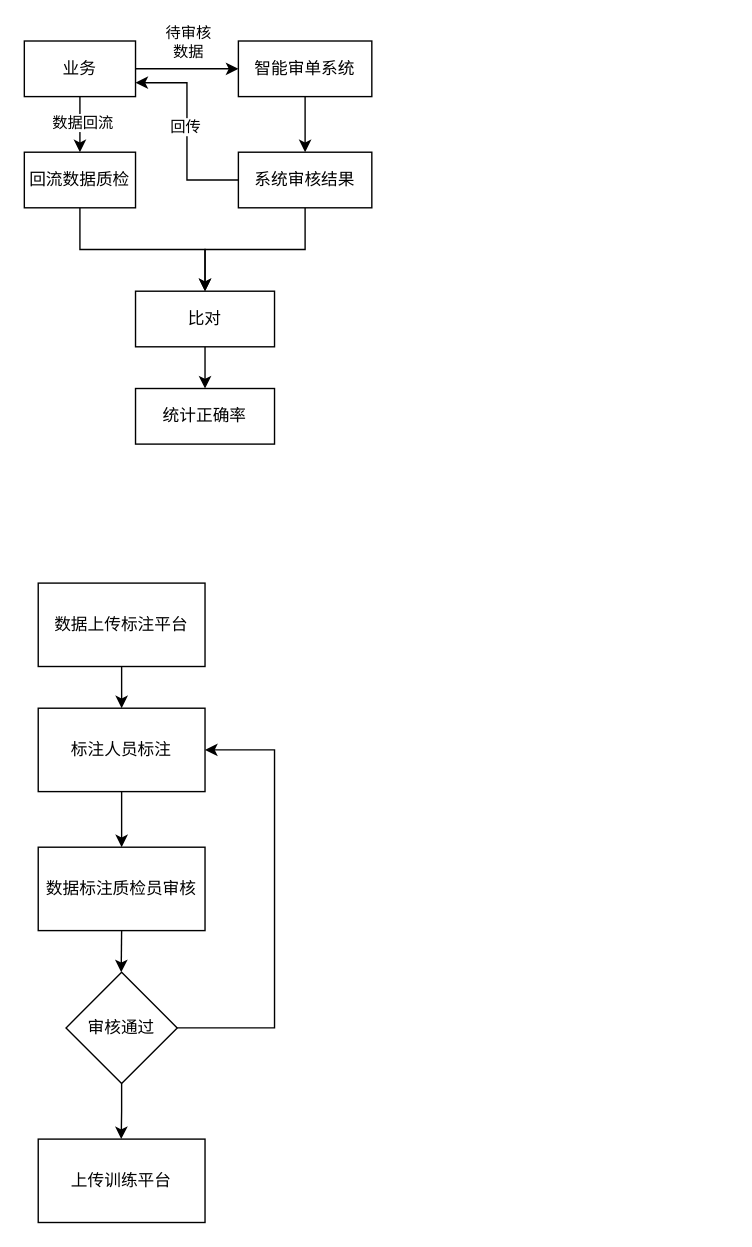
This is 兴业银行标书.drawio from archwolf118/AI, a draw.io file, before an edit. Source tidied: cells renumbered, new cells numbered last; positions are measured from the earlier drawing's top-left corner, leaving out a move shared by most shapes. Both pictures are drawn from the tidied source at 139%, with x=0, y=0 at pixel (24, 40).
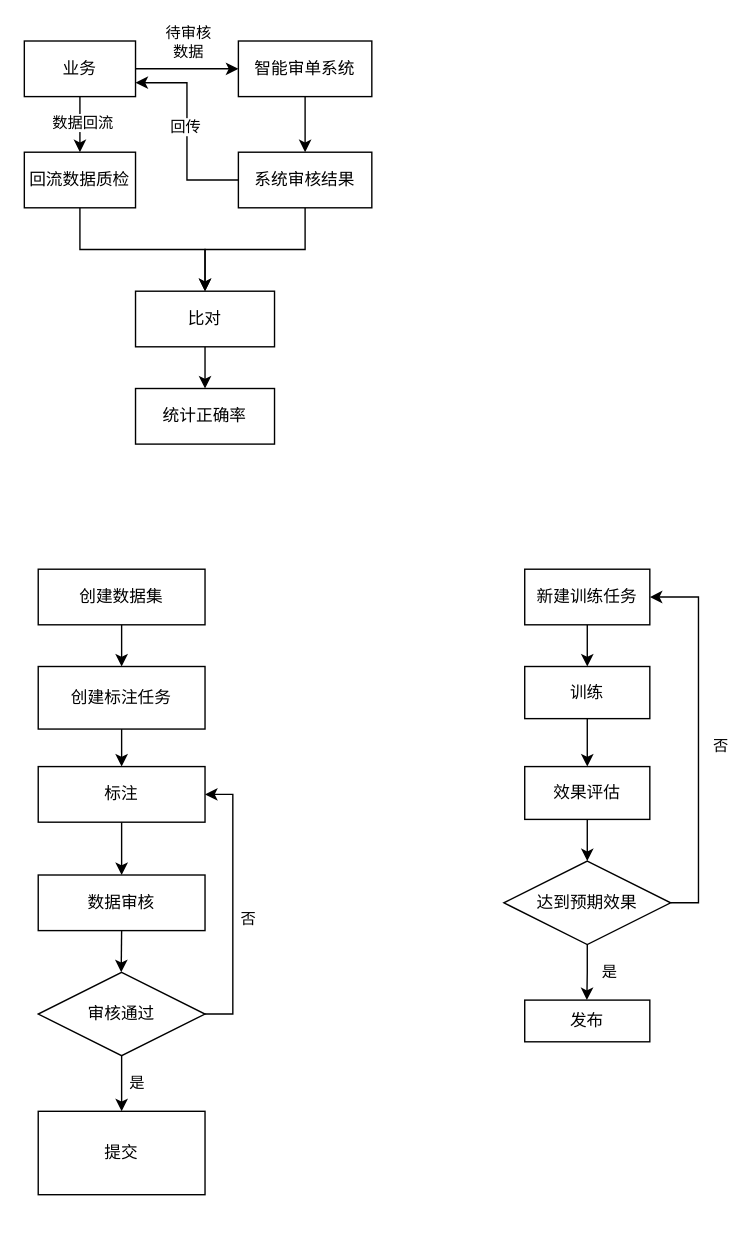
Above is the later version.

Commit message:
更新兴业银行标书.drawio

The edit, as a diff of the source:
```diff
@@
-    <mxCell id="18" style="edgeStyle=orthogonalEdgeStyle;rounded=0;jettySize=auto;html=1;exitX=0.5;exitY=1;exitDx=0;exitDy=0;entryX=0.5;entryY=0;entryDx=0;entryDy=0;" parent="1" edge="1" source="19" target="21">
-      <mxGeometry relative="1" as="geometry" />
-    </mxCell>
+    <mxCell id="28" style="edgeStyle=orthogonalEdgeStyle;rounded=0;jettySize=auto;html=1;exitX=0.5;exitY=1;exitDx=0;exitDy=0;entryX=0.5;entryY=0;entryDx=0;entryDy=0;" parent="1" edge="1" source="19" target="33">
+      <mxGeometry relative="1" as="geometry" />
+    </mxCell>
-    <mxCell id="19" value="数据上传标注平台" style="rounded=0;whiteSpace=wrap;html=1;" parent="1" vertex="1">
-      <mxGeometry x="10" y="390" width="120" height="60" as="geometry" />
+    <mxCell id="19" value="创建数据集" style="rounded=0;whiteSpace=wrap;html=1;" parent="1" vertex="1">
+      <mxGeometry x="10" y="380" width="120" height="40" as="geometry" />
     </mxCell>
@@
-    <mxCell id="21" value="标注人员标注" style="rounded=0;whiteSpace=wrap;html=1;" parent="1" vertex="1">
-      <mxGeometry x="10" y="480" width="120" height="60" as="geometry" />
+    <mxCell id="21" value="标注" style="rounded=0;whiteSpace=wrap;html=1;" parent="1" vertex="1">
+      <mxGeometry x="10" y="522" width="120" height="40" as="geometry" />
     </mxCell>
@@
-    <mxCell id="23" value="数据标注质检员审核" style="rounded=0;whiteSpace=wrap;html=1;" parent="1" vertex="1">
-      <mxGeometry x="10" y="580" width="120" height="60" as="geometry" />
+    <mxCell id="23" value="数据审核" style="rounded=0;whiteSpace=wrap;html=1;" parent="1" vertex="1">
+      <mxGeometry x="10" y="600" width="120" height="40" as="geometry" />
     </mxCell>
-    <mxCell id="24" style="edgeStyle=orthogonalEdgeStyle;rounded=0;jettySize=auto;html=1;exitX=0.5;exitY=1;exitDx=0;exitDy=0;" parent="1" edge="1" source="26">
-      <mxGeometry relative="1" as="geometry">
-        <mxPoint x="69.7" y="790" as="targetPoint" />
-      </mxGeometry>
-    </mxCell>
     <mxCell id="25" style="edgeStyle=orthogonalEdgeStyle;rounded=0;jettySize=auto;html=1;exitX=1;exitY=0.5;exitDx=0;exitDy=0;entryX=1;entryY=0.5;entryDx=0;entryDy=0;" parent="1" edge="1" source="26" target="21">
       <mxGeometry relative="1" as="geometry">
         <Array as="points">
-          <mxPoint x="180" y="710" />
-          <mxPoint x="180" y="510" />
+          <mxPoint x="150" y="700" />
+          <mxPoint x="150" y="542" />
         </Array>
       </mxGeometry>
     </mxCell>
+    <mxCell id="29" value="否" style="edgeLabel;html=1;align=center;verticalAlign=middle;" parent="25" vertex="1">
+      <mxGeometry x="-0.1" relative="1" as="geometry">
+        <mxPoint x="10" as="offset" />
+      </mxGeometry>
+    </mxCell>
+    <mxCell id="30" style="edgeStyle=orthogonalEdgeStyle;rounded=0;jettySize=auto;html=1;exitX=0.5;exitY=1;exitDx=0;exitDy=0;entryX=0.5;entryY=0;entryDx=0;entryDy=0;" parent="1" edge="1" source="26" target="27">
+      <mxGeometry relative="1" as="geometry" />
+    </mxCell>
+    <mxCell id="31" value="是" style="edgeLabel;html=1;align=center;verticalAlign=middle;" parent="30" vertex="1">
+      <mxGeometry x="-0.18" y="1" relative="1" as="geometry">
+        <mxPoint x="9" y="3" as="offset" />
+      </mxGeometry>
+    </mxCell>
     <mxCell id="26" value="审核通过" style="rhombus;whiteSpace=wrap;html=1;" parent="1" vertex="1">
-      <mxGeometry x="30" y="670" width="80" height="80" as="geometry" />
+      <mxGeometry x="10" y="670" width="120" height="60" as="geometry" />
     </mxCell>
-    <mxCell id="27" value="上传训练平台" style="rounded=0;whiteSpace=wrap;html=1;" parent="1" vertex="1">
-      <mxGeometry x="10" y="790" width="120" height="60" as="geometry" />
+    <mxCell id="27" value="提交" style="rounded=0;whiteSpace=wrap;html=1;" parent="1" vertex="1">
+      <mxGeometry x="10" y="770" width="120" height="60" as="geometry" />
     </mxCell>
+    <mxCell id="32" style="edgeStyle=orthogonalEdgeStyle;rounded=0;jettySize=auto;html=1;exitX=0.5;exitY=1;exitDx=0;exitDy=0;entryX=0.5;entryY=0;entryDx=0;entryDy=0;" parent="1" edge="1" source="33" target="21">
+      <mxGeometry relative="1" as="geometry" />
+    </mxCell>
+    <mxCell id="33" value="创建标注任务" style="rounded=0;whiteSpace=wrap;html=1;" parent="1" vertex="1">
+      <mxGeometry x="10" y="450" width="120" height="45" as="geometry" />
+    </mxCell>
+    <mxCell id="34" style="edgeStyle=orthogonalEdgeStyle;rounded=0;jettySize=auto;html=1;exitX=0.5;exitY=1;exitDx=0;exitDy=0;entryX=0.5;entryY=0;entryDx=0;entryDy=0;" parent="1" edge="1" source="35" target="37">
+      <mxGeometry relative="1" as="geometry" />
+    </mxCell>
+    <mxCell id="35" value="新建训练任务" style="rounded=0;whiteSpace=wrap;html=1;" parent="1" vertex="1">
+      <mxGeometry x="360" y="380" width="90" height="40" as="geometry" />
+    </mxCell>
+    <mxCell id="36" style="edgeStyle=orthogonalEdgeStyle;rounded=0;jettySize=auto;html=1;exitX=0.5;exitY=1;exitDx=0;exitDy=0;entryX=0.5;entryY=0;entryDx=0;entryDy=0;" parent="1" edge="1" source="37" target="39">
+      <mxGeometry relative="1" as="geometry" />
+    </mxCell>
+    <mxCell id="37" value="训练" style="rounded=0;whiteSpace=wrap;html=1;" parent="1" vertex="1">
+      <mxGeometry x="360" y="450" width="90" height="37.5" as="geometry" />
+    </mxCell>
+    <mxCell id="38" style="edgeStyle=orthogonalEdgeStyle;rounded=0;jettySize=auto;html=1;exitX=0.5;exitY=1;exitDx=0;exitDy=0;entryX=0.5;entryY=0;entryDx=0;entryDy=0;" parent="1" edge="1" source="39" target="44">
+      <mxGeometry relative="1" as="geometry" />
+    </mxCell>
+    <mxCell id="39" value="效果评估" style="rounded=0;whiteSpace=wrap;html=1;" parent="1" vertex="1">
+      <mxGeometry x="360" y="522" width="90" height="38" as="geometry" />
+    </mxCell>
+    <mxCell id="40" style="edgeStyle=orthogonalEdgeStyle;rounded=0;jettySize=auto;html=1;exitX=1;exitY=0.5;exitDx=0;exitDy=0;entryX=1;entryY=0.5;entryDx=0;entryDy=0;" parent="1" edge="1" source="44" target="35">
+      <mxGeometry relative="1" as="geometry" />
+    </mxCell>
+    <mxCell id="41" value="否" style="edgeLabel;html=1;align=center;verticalAlign=middle;" parent="40" vertex="1">
+      <mxGeometry x="-0.06" y="-2" relative="1" as="geometry">
+        <mxPoint x="13" y="-5" as="offset" />
+      </mxGeometry>
+    </mxCell>
+    <mxCell id="42" style="edgeStyle=orthogonalEdgeStyle;rounded=0;jettySize=auto;html=1;exitX=0.5;exitY=1;exitDx=0;exitDy=0;" parent="1" edge="1" source="44">
+      <mxGeometry relative="1" as="geometry">
+        <mxPoint x="404.7" y="690" as="targetPoint" />
+      </mxGeometry>
+    </mxCell>
+    <mxCell id="43" value="是" style="edgeLabel;html=1;align=center;verticalAlign=middle;" parent="42" vertex="1">
+      <mxGeometry x="-0.23" y="1" relative="1" as="geometry">
+        <mxPoint x="14" y="4" as="offset" />
+      </mxGeometry>
+    </mxCell>
+    <mxCell id="44" value="达到预期效果" style="rhombus;whiteSpace=wrap;html=1;" parent="1" vertex="1">
+      <mxGeometry x="345" y="590" width="120" height="60" as="geometry" />
+    </mxCell>
+    <mxCell id="45" value="发布" style="rounded=0;whiteSpace=wrap;html=1;" parent="1" vertex="1">
+      <mxGeometry x="360" y="690" width="90" height="30" as="geometry" />
+    </mxCell>
```
